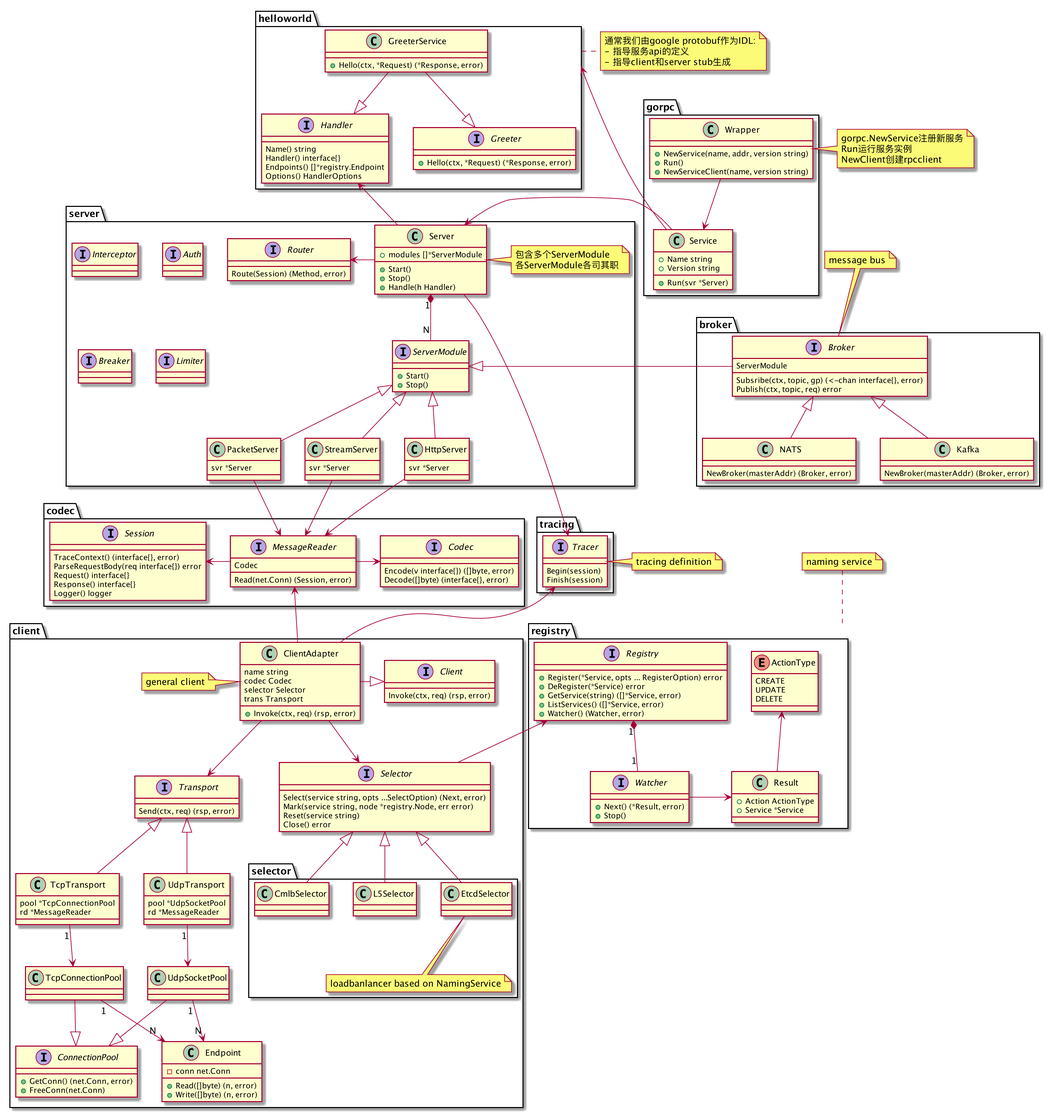
hitzhangjie/gorpc keeps this PlantUML diagram as doc/arch.png. Above is the earlier version.
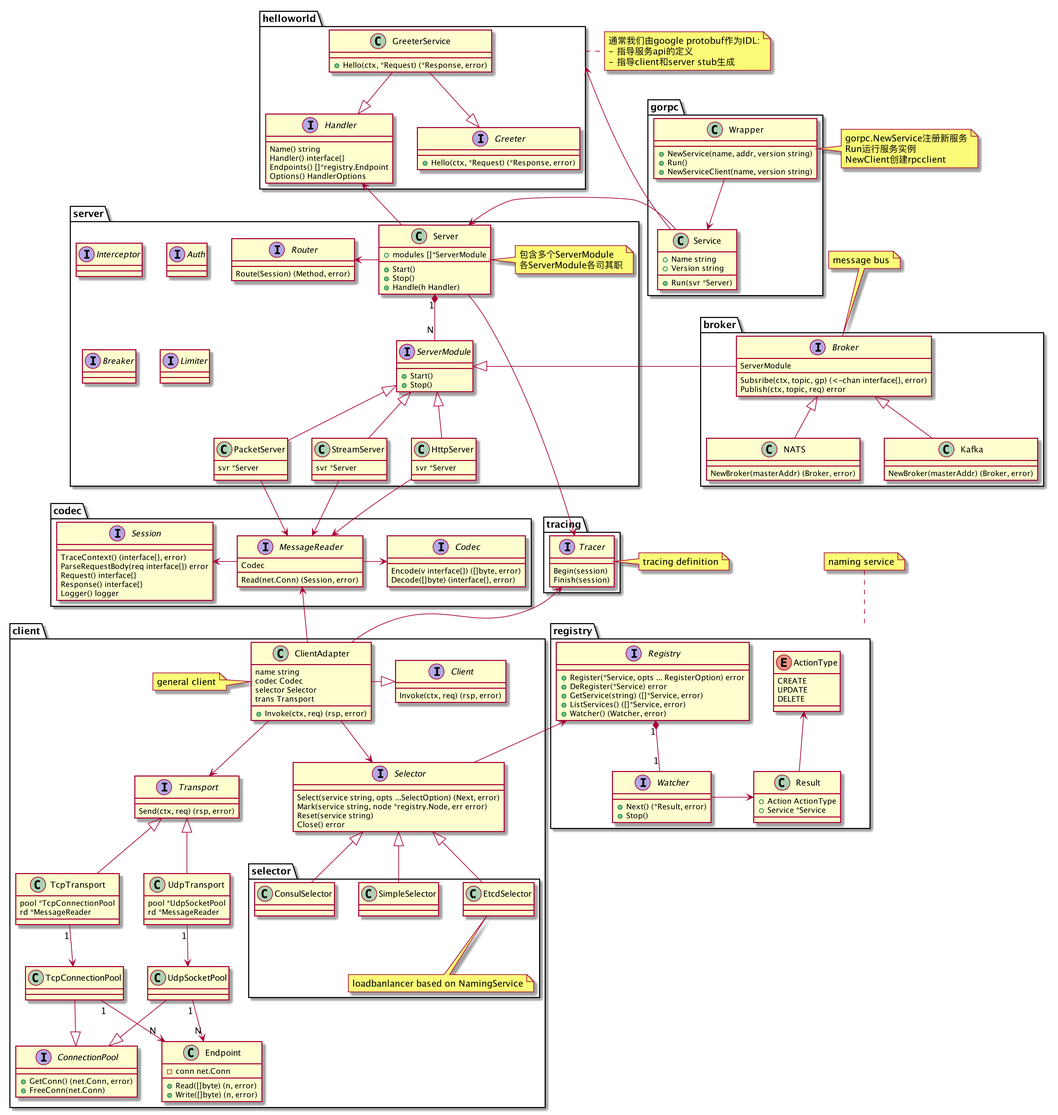
Later version of the same file.

The edit, as a diff of the source:
```diff
@@ -201,8 +201,8 @@
 	        Close() error
         }
 
-        L5Selector -up-|> Selector
-        CmlbSelector -up-|> Selector
+        SimpleSelector -up-|> Selector
+        ConsulSelector -up-|> Selector
         EtcdSelector -up-|> Selector
         Selector -up-> Registry
         note bottom of EtcdSelector
```
